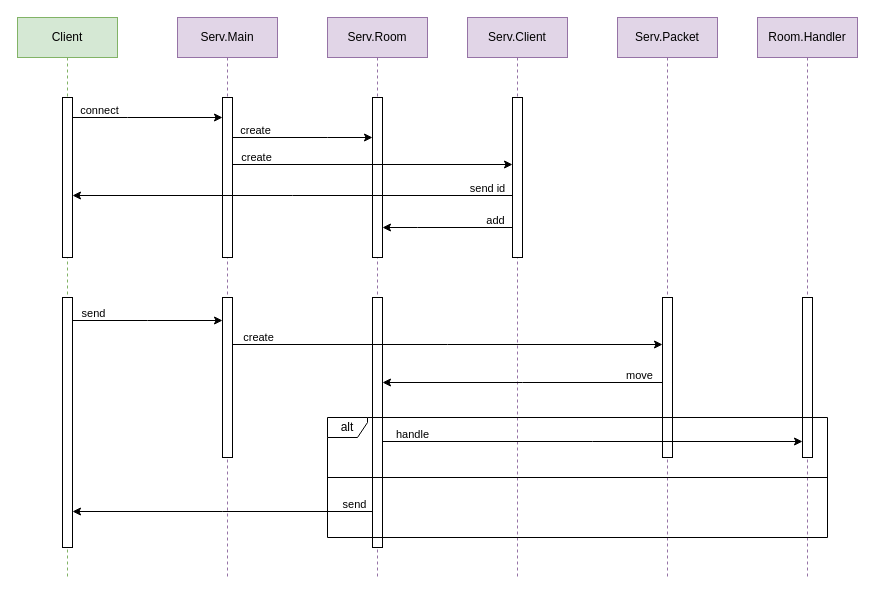
Above: diagram/client-server_sequence.drawio in saeegonee/rpc-python-server (draw.io), before the change. Source tidied: cells renumbered, new cells numbered last; positions are measured from the earlier drawing's top-left corner, leaving out a move shared by most shapes. Both pictures are drawn from the tidied source at 100%, with x=0, y=0 at pixel (17, 17).
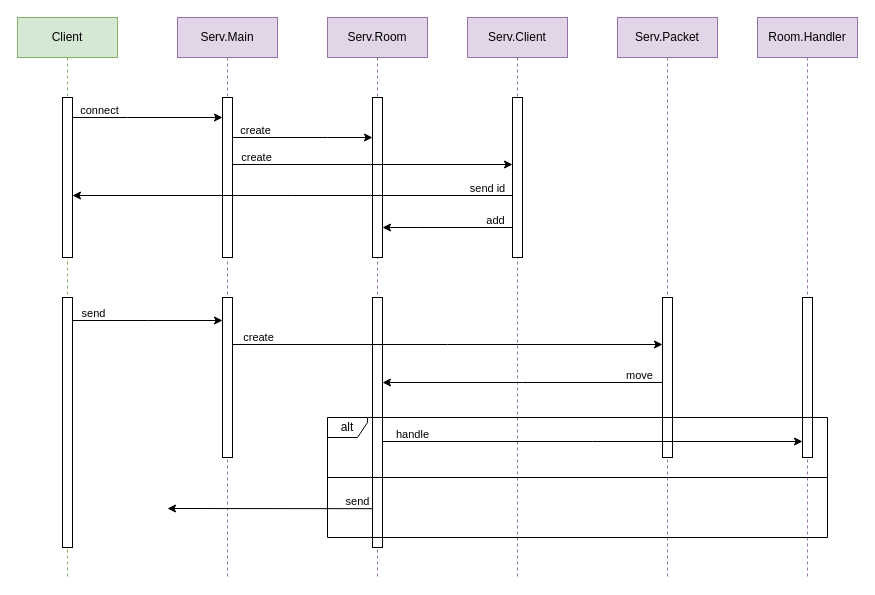
Above is the later version.

Unchanged cells that the change refers to:
```xml
<mxCell id="5" style="html=1;points=[];perimeter=orthogonalPerimeter;outlineConnect=0;targetShapes=umlLifeline;portConstraint=eastwest;newEdgeStyle={&quot;edgeStyle&quot;:&quot;elbowEdgeStyle&quot;,&quot;elbow&quot;:&quot;vertical&quot;,&quot;curved&quot;:0,&quot;rounded&quot;:0};" parent="2" vertex="1">
  <mxGeometry x="45" y="280" width="10" height="250" as="geometry" />
</mxCell>
<mxCell id="9" value="Serv.Room" style="shape=umlLifeline;perimeter=lifelinePerimeter;whiteSpace=wrap;html=1;newEdgeStyle={&quot;edgeStyle&quot;:&quot;elbowEdgeStyle&quot;,&quot;elbow&quot;:&quot;vertical&quot;,&quot;curved&quot;:0,&quot;rounded&quot;:0};fillColor=#e1d5e7;strokeColor=#9673a6;" parent="1" vertex="1">
  <mxGeometry x="310" width="100" height="560" as="geometry" />
</mxCell>
```

What changed in the source:
```diff
@@
+    <mxCell id="40" style="edgeStyle=elbowEdgeStyle;rounded=0;orthogonalLoop=1;jettySize=auto;html=1;elbow=vertical;curved=0;fontFamily=Helvetica;fontSize=11;fontColor=default;labelBackgroundColor=default;" parent="9" edge="1">
+      <mxGeometry relative="1" as="geometry">
+        <mxPoint x="45" y="491.2" as="sourcePoint" />
+        <mxPoint x="-160" y="491" as="targetPoint" />
+      </mxGeometry>
+    </mxCell>
+    <mxCell id="39" value="send" style="edgeLabel;html=1;align=center;verticalAlign=middle;fontFamily=Helvetica;fontSize=11;fontColor=default;labelBackgroundColor=default;fillColor=none;gradientColor=none;" parent="40" vertex="1">
+      <mxGeometry x="-0.61" relative="1" as="geometry">
+        <mxPoint x="24" y="-8" as="offset" />
+      </mxGeometry>
+    </mxCell>
@@
-    <mxCell id="38" style="edgeStyle=elbowEdgeStyle;rounded=0;jettySize=auto;html=1;elbow=vertical;curved=0;" parent="1" edge="1" target="5">
-      <mxGeometry relative="1" as="geometry">
-        <mxPoint x="355" y="494" as="sourcePoint" />
-      </mxGeometry>
-    </mxCell>
-    <mxCell id="39" value="send" style="edgeLabel;html=1;align=center;verticalAlign=middle;" parent="38" vertex="1">
-      <mxGeometry x="-0.83" y="1" relative="1" as="geometry">
-        <mxPoint x="7" y="-9" as="offset" />
-      </mxGeometry>
-    </mxCell>
```
